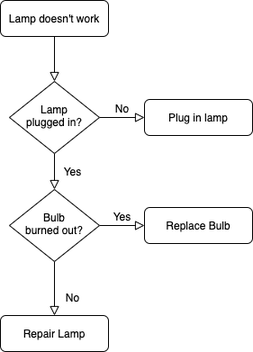
niuhb/album keeps this draw.io diagram as Untitled Diagram.png. Above is the earlier version. Source tidied: cells renumbered, new cells last; positions are measured from the earlier drawing's top-left corner, leaving out a move shared by most shapes.
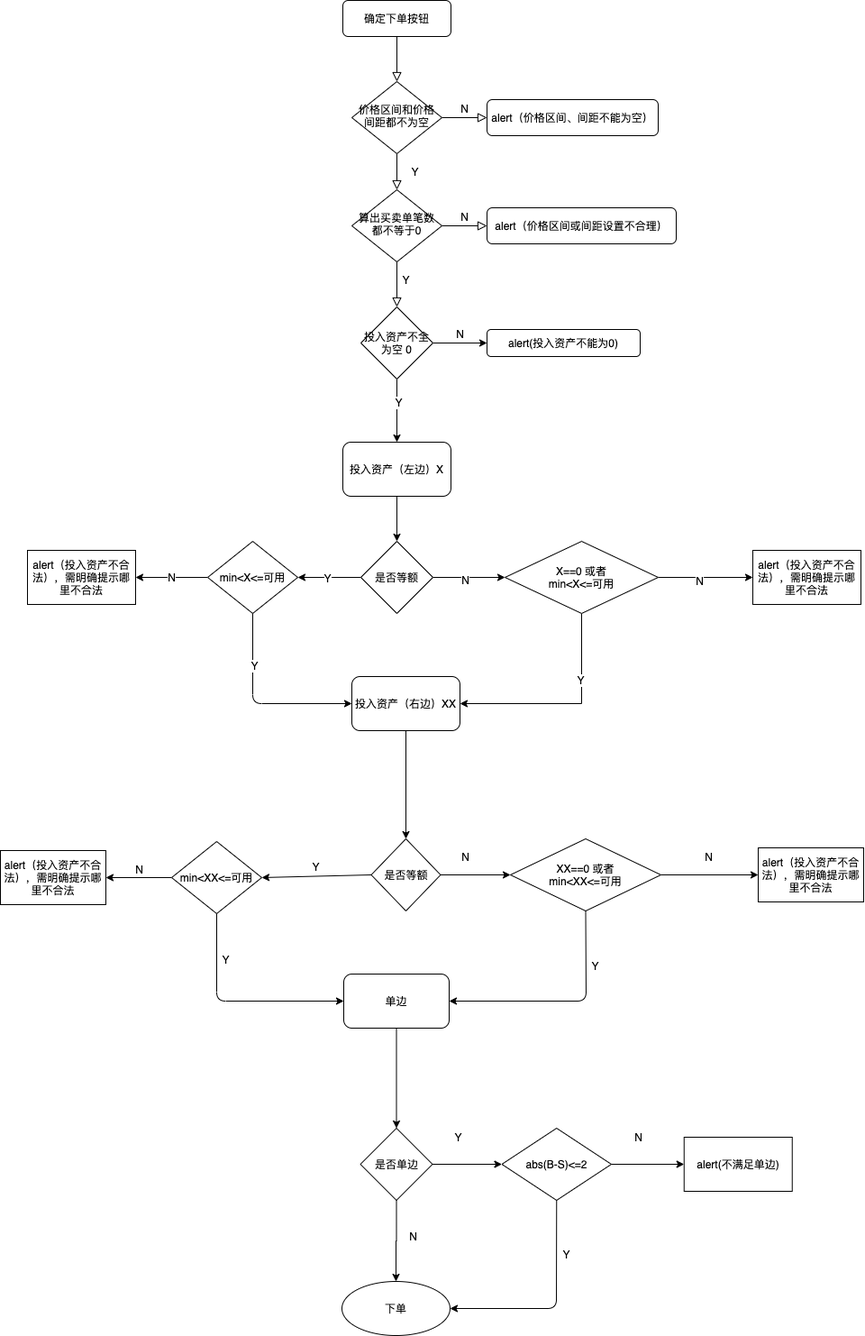
Later version of the same file.

The edit, as a diff of the source:
```diff
@@ -5,35 +5,237 @@
     <mxCell id="2" style="rounded=0;html=1;jettySize=auto;fontSize=11;endArrow=block;endFill=0;endSize=8;strokeWidth=1;shadow=0;labelBackgroundColor=none;edgeStyle=orthogonalEdgeStyle;" parent="1" edge="1" source="3" target="6">
       <mxGeometry relative="1" as="geometry" />
     </mxCell>
-    <mxCell id="3" value="Lamp doesn't work" style="rounded=1;whiteSpace=wrap;html=1;fontSize=12;glass=0;strokeWidth=1;shadow=0;" parent="1" vertex="1">
+    <mxCell id="3" value="确定下单按钮" style="rounded=1;whiteSpace=wrap;html=1;fontSize=12;glass=0;strokeWidth=1;shadow=0;" parent="1" vertex="1">
       <mxGeometry width="120" height="40" as="geometry" />
     </mxCell>
-    <mxCell id="4" value="Yes" style="rounded=0;html=1;jettySize=auto;fontSize=11;endArrow=block;endFill=0;endSize=8;strokeWidth=1;shadow=0;labelBackgroundColor=none;edgeStyle=orthogonalEdgeStyle;" parent="1" edge="1" source="6" target="10">
+    <mxCell id="4" value="Y" style="rounded=0;html=1;jettySize=auto;fontSize=11;endArrow=block;endFill=0;endSize=8;strokeWidth=1;shadow=0;labelBackgroundColor=none;edgeStyle=orthogonalEdgeStyle;" parent="1" edge="1" source="6" target="10">
       <mxGeometry y="20" relative="1" as="geometry" />
     </mxCell>
-    <mxCell id="5" value="No" style="edgeStyle=orthogonalEdgeStyle;rounded=0;html=1;jettySize=auto;fontSize=11;endArrow=block;endFill=0;endSize=8;strokeWidth=1;shadow=0;labelBackgroundColor=none;" parent="1" edge="1" source="6" target="7">
+    <mxCell id="5" value="N" style="edgeStyle=orthogonalEdgeStyle;rounded=0;html=1;jettySize=auto;fontSize=11;endArrow=block;endFill=0;endSize=8;strokeWidth=1;shadow=0;labelBackgroundColor=none;" parent="1" edge="1" source="6" target="7">
       <mxGeometry y="10" relative="1" as="geometry" />
     </mxCell>
-    <mxCell id="6" value="Lamp&lt;br&gt;plugged in?" style="rhombus;whiteSpace=wrap;html=1;shadow=0;fontFamily=Helvetica;fontSize=12;align=center;strokeWidth=1;spacing=6;spacingTop=-4;" parent="1" vertex="1">
+    <mxCell id="6" value="价格区间和价格间距都不为空" style="rhombus;whiteSpace=wrap;html=1;shadow=0;fontFamily=Helvetica;fontSize=12;align=center;strokeWidth=1;spacing=6;spacingTop=-4;" parent="1" vertex="1">
       <mxGeometry x="10" y="90" width="100" height="80" as="geometry" />
     </mxCell>
-    <mxCell id="7" value="Plug in lamp" style="rounded=1;whiteSpace=wrap;html=1;fontSize=12;glass=0;strokeWidth=1;shadow=0;" parent="1" vertex="1">
-      <mxGeometry x="160" y="110" width="120" height="40" as="geometry" />
+    <mxCell id="7" value="alert（价格区间、间距不能为空）" style="rounded=1;whiteSpace=wrap;html=1;fontSize=12;glass=0;strokeWidth=1;shadow=0;" parent="1" vertex="1">
+      <mxGeometry x="160" y="110" width="190" height="40" as="geometry" />
     </mxCell>
-    <mxCell id="8" value="No" style="rounded=0;html=1;jettySize=auto;fontSize=11;endArrow=block;endFill=0;endSize=8;strokeWidth=1;shadow=0;labelBackgroundColor=none;edgeStyle=orthogonalEdgeStyle;" parent="1" edge="1" source="10" target="11">
-      <mxGeometry x="0.33" y="20" relative="1" as="geometry" />
-    </mxCell>
-    <mxCell id="9" value="Yes" style="edgeStyle=orthogonalEdgeStyle;rounded=0;html=1;jettySize=auto;fontSize=11;endArrow=block;endFill=0;endSize=8;strokeWidth=1;shadow=0;labelBackgroundColor=none;" parent="1" edge="1" source="10" target="12">
+    <mxCell id="9" value="N" style="edgeStyle=orthogonalEdgeStyle;rounded=0;html=1;jettySize=auto;fontSize=11;endArrow=block;endFill=0;endSize=8;strokeWidth=1;shadow=0;labelBackgroundColor=none;" parent="1" edge="1" source="10" target="12">
       <mxGeometry y="10" relative="1" as="geometry" />
     </mxCell>
-    <mxCell id="10" value="Bulb&lt;br&gt;burned out?" style="rhombus;whiteSpace=wrap;html=1;shadow=0;fontFamily=Helvetica;fontSize=12;align=center;strokeWidth=1;spacing=6;spacingTop=-4;" parent="1" vertex="1">
+    <mxCell id="10" value="算出买卖单笔数都不等于0" style="rhombus;whiteSpace=wrap;html=1;shadow=0;fontFamily=Helvetica;fontSize=12;align=center;strokeWidth=1;spacing=6;spacingTop=-4;" parent="1" vertex="1">
       <mxGeometry x="10" y="210" width="100" height="80" as="geometry" />
     </mxCell>
-    <mxCell id="11" value="Repair Lamp" style="rounded=1;whiteSpace=wrap;html=1;fontSize=12;glass=0;strokeWidth=1;shadow=0;" parent="1" vertex="1">
-      <mxGeometry y="350" width="120" height="40" as="geometry" />
-    </mxCell>
-    <mxCell id="12" value="Replace Bulb" style="rounded=1;whiteSpace=wrap;html=1;fontSize=12;glass=0;strokeWidth=1;shadow=0;" parent="1" vertex="1">
-      <mxGeometry x="160" y="230" width="120" height="40" as="geometry" />
+    <mxCell id="12" value="alert（价格区间或间距设置不合理）" style="rounded=1;whiteSpace=wrap;html=1;fontSize=12;glass=0;strokeWidth=1;shadow=0;" parent="1" vertex="1">
+      <mxGeometry x="160" y="230" width="210" height="40" as="geometry" />
     </mxCell>
+    <mxCell id="13" style="edgeStyle=orthogonalEdgeStyle;rounded=0;jettySize=auto;html=1;" parent="1" edge="1" source="16">
+      <mxGeometry relative="1" as="geometry">
+        <mxPoint x="160" y="380" as="targetPoint" />
+      </mxGeometry>
+    </mxCell>
+    <mxCell id="14" style="edgeStyle=orthogonalEdgeStyle;rounded=0;jettySize=auto;html=1;" parent="1" edge="1" source="16" target="26">
+      <mxGeometry relative="1" as="geometry" />
+    </mxCell>
+    <mxCell id="15" value="Y" style="edgeLabel;html=1;align=center;verticalAlign=middle;" parent="14" vertex="1">
+      <mxGeometry x="-0.29" y="1" relative="1" as="geometry" />
+    </mxCell>
+    <mxCell id="16" value="投入资产不全为空 0" style="rhombus;whiteSpace=wrap;html=1;" parent="1" vertex="1">
+      <mxGeometry x="20" y="340" width="80" height="80" as="geometry" />
+    </mxCell>
+    <mxCell id="17" value="Y" style="rounded=0;html=1;jettySize=auto;fontSize=11;endArrow=block;endFill=0;endSize=8;strokeWidth=1;shadow=0;labelBackgroundColor=none;edgeStyle=orthogonalEdgeStyle;" parent="1" edge="1" source="10" target="16">
+      <mxGeometry x="-0.2" y="10" relative="1" as="geometry" />
+    </mxCell>
+    <mxCell id="18" value="alert(投入资产不能为0)" style="rounded=1;whiteSpace=wrap;html=1;" parent="1" vertex="1">
+      <mxGeometry x="160" y="365" width="170" height="30" as="geometry" />
+    </mxCell>
+    <mxCell id="19" style="edgeStyle=orthogonalEdgeStyle;rounded=0;jettySize=auto;html=1;" parent="1" edge="1" source="23" target="28">
+      <mxGeometry relative="1" as="geometry" />
+    </mxCell>
+    <mxCell id="20" value="Y" style="edgeLabel;html=1;align=center;verticalAlign=middle;" parent="19" vertex="1">
+      <mxGeometry x="0.07" relative="1" as="geometry">
+        <mxPoint x="-1" as="offset" />
+      </mxGeometry>
+    </mxCell>
+    <mxCell id="21" style="edgeStyle=orthogonalEdgeStyle;rounded=0;jettySize=auto;html=1;" parent="1" edge="1" source="23" target="33">
+      <mxGeometry relative="1" as="geometry" />
+    </mxCell>
+    <mxCell id="22" value="N" style="edgeLabel;html=1;align=center;verticalAlign=middle;" parent="21" vertex="1">
+      <mxGeometry x="-0.1" y="-2" relative="1" as="geometry">
+        <mxPoint x="-1" as="offset" />
+      </mxGeometry>
+    </mxCell>
+    <mxCell id="23" value="是否等额" style="rhombus;whiteSpace=wrap;html=1;" parent="1" vertex="1">
+      <mxGeometry x="20" y="600" width="80" height="80" as="geometry" />
+    </mxCell>
+    <mxCell id="24" value="N" style="text;html=1;align=center;verticalAlign=middle;" parent="1" vertex="1">
+      <mxGeometry x="120" y="360" width="20" height="20" as="geometry" />
+    </mxCell>
+    <mxCell id="25" style="edgeStyle=orthogonalEdgeStyle;rounded=0;jettySize=auto;html=1;" parent="1" edge="1" source="26" target="23">
+      <mxGeometry relative="1" as="geometry" />
+    </mxCell>
+    <mxCell id="26" value="投入资产（左边）X" style="rounded=1;whiteSpace=wrap;html=1;" parent="1" vertex="1">
+      <mxGeometry y="490" width="120" height="60" as="geometry" />
+    </mxCell>
+    <mxCell id="27" value="N" style="edgeStyle=orthogonalEdgeStyle;rounded=0;jettySize=auto;html=1;" parent="1" edge="1" source="28" target="35">
+      <mxGeometry relative="1" as="geometry" />
+    </mxCell>
+    <mxCell id="28" value="&lt;span&gt;min&amp;lt;X&amp;lt;=可用&lt;/span&gt;" style="rhombus;whiteSpace=wrap;html=1;" parent="1" vertex="1">
+      <mxGeometry x="-150" y="600" width="100" height="80" as="geometry" />
+    </mxCell>
+    <mxCell id="29" style="edgeStyle=orthogonalEdgeStyle;rounded=0;jettySize=auto;html=1;entryX=1;entryY=0.5;entryDx=0;entryDy=0;" parent="1" edge="1" source="33" target="36">
+      <mxGeometry relative="1" as="geometry">
+        <Array as="points">
+          <mxPoint x="265" y="780" />
+        </Array>
+      </mxGeometry>
+    </mxCell>
+    <mxCell id="30" value="Y" style="edgeLabel;html=1;align=center;verticalAlign=middle;" parent="29" vertex="1">
+      <mxGeometry x="-0.38" y="-2" relative="1" as="geometry" />
+    </mxCell>
+    <mxCell id="31" style="edgeStyle=orthogonalEdgeStyle;rounded=0;jettySize=auto;html=1;" parent="1" edge="1" source="33" target="34">
+      <mxGeometry relative="1" as="geometry" />
+    </mxCell>
+    <mxCell id="32" value="N" style="edgeLabel;html=1;align=center;verticalAlign=middle;" parent="31" vertex="1">
+      <mxGeometry x="-0.12" y="-3" relative="1" as="geometry">
+        <mxPoint x="-1" as="offset" />
+      </mxGeometry>
+    </mxCell>
+    <mxCell id="33" value="X==0 或者&lt;br&gt;min&amp;lt;X&amp;lt;=可用" style="rhombus;whiteSpace=wrap;html=1;" parent="1" vertex="1">
+      <mxGeometry x="180" y="600" width="170" height="80" as="geometry" />
+    </mxCell>
+    <mxCell id="34" value="alert（投入资产不合法），需明确提示哪里不合法" style="whiteSpace=wrap;html=1;" parent="1" vertex="1">
+      <mxGeometry x="455" y="610" width="120" height="60" as="geometry" />
+    </mxCell>
+    <mxCell id="35" value="alert（投入资产不合法），需明确提示哪里不合法" style="whiteSpace=wrap;html=1;" parent="1" vertex="1">
+      <mxGeometry x="-350" y="610" width="120" height="60" as="geometry" />
+    </mxCell>
+    <mxCell id="36" value="投入资产（右边）XX" style="rounded=1;whiteSpace=wrap;html=1;" parent="1" vertex="1">
+      <mxGeometry x="10" y="750" width="120" height="60" as="geometry" />
+    </mxCell>
+    <mxCell id="37" style="edgeStyle=orthogonalEdgeStyle;rounded=0;jettySize=auto;html=1;" parent="1" edge="1" source="38" target="42">
+      <mxGeometry relative="1" as="geometry" />
+    </mxCell>
+    <mxCell id="38" value="是否等额" style="rhombus;whiteSpace=wrap;html=1;" parent="1" vertex="1">
+      <mxGeometry x="31.5" y="930" width="77" height="80" as="geometry" />
+    </mxCell>
+    <mxCell id="39" style="edgeStyle=orthogonalEdgeStyle;rounded=0;jettySize=auto;html=1;" parent="1" edge="1" target="46">
+      <mxGeometry relative="1" as="geometry">
+        <mxPoint x="-190" y="973" as="sourcePoint" />
+      </mxGeometry>
+    </mxCell>
+    <mxCell id="40" value="&lt;span&gt;min&amp;lt;XX&amp;lt;=可用&lt;/span&gt;" style="rhombus;whiteSpace=wrap;html=1;" parent="1" vertex="1">
+      <mxGeometry x="-190" y="933" width="100" height="80" as="geometry" />
+    </mxCell>
+    <mxCell id="41" style="edgeStyle=orthogonalEdgeStyle;rounded=0;jettySize=auto;html=1;" parent="1" edge="1" source="42" target="44">
+      <mxGeometry relative="1" as="geometry" />
+    </mxCell>
+    <mxCell id="42" value="XX==0 或者&lt;br&gt;min&amp;lt;XX&amp;lt;=可用" style="rhombus;whiteSpace=wrap;html=1;" parent="1" vertex="1">
+      <mxGeometry x="186" y="930" width="167" height="80" as="geometry" />
+    </mxCell>
+    <mxCell id="43" value="N" style="text;html=1;align=center;verticalAlign=middle;" parent="1" vertex="1">
+      <mxGeometry x="126" y="940" width="20" height="20" as="geometry" />
+    </mxCell>
+    <mxCell id="44" value="alert（投入资产不合法），需明确提示哪里不合法" style="whiteSpace=wrap;html=1;" parent="1" vertex="1">
+      <mxGeometry x="461" y="940" width="117" height="60" as="geometry" />
+    </mxCell>
+    <mxCell id="45" value="N" style="text;html=1;align=center;verticalAlign=middle;" parent="1" vertex="1">
+      <mxGeometry x="396" y="940" width="20" height="20" as="geometry" />
+    </mxCell>
+    <mxCell id="46" value="alert（投入资产不合法），需明确提示哪里不合法" style="whiteSpace=wrap;html=1;" parent="1" vertex="1">
+      <mxGeometry x="-380" y="943" width="117" height="60" as="geometry" />
+    </mxCell>
+    <mxCell id="47" style="edgeStyle=orthogonalEdgeStyle;rounded=0;jettySize=auto;html=1;" parent="1" edge="1" source="48" target="52">
+      <mxGeometry relative="1" as="geometry" />
+    </mxCell>
+    <mxCell id="48" value="单边" style="rounded=1;whiteSpace=wrap;html=1;" parent="1" vertex="1">
+      <mxGeometry x="1" y="1080" width="117" height="60" as="geometry" />
+    </mxCell>
+    <mxCell id="49" value="N" style="text;html=1;align=center;verticalAlign=middle;" parent="1" vertex="1">
+      <mxGeometry x="-236" y="954" width="20" height="20" as="geometry" />
+    </mxCell>
+    <mxCell id="50" style="edgeStyle=orthogonalEdgeStyle;rounded=0;jettySize=auto;html=1;" parent="1" edge="1" source="52" target="53">
+      <mxGeometry relative="1" as="geometry" />
+    </mxCell>
+    <mxCell id="51" style="edgeStyle=orthogonalEdgeStyle;rounded=0;jettySize=auto;html=1;" parent="1" edge="1" source="52" target="56">
+      <mxGeometry relative="1" as="geometry" />
+    </mxCell>
+    <mxCell id="52" value="是否单边" style="rhombus;whiteSpace=wrap;html=1;" parent="1" vertex="1">
+      <mxGeometry x="19.5" y="1251" width="80" height="80" as="geometry" />
+    </mxCell>
+    <mxCell id="53" value="下单" style="ellipse;whiteSpace=wrap;html=1;fontFamily=Helvetica;fontSize=12;fontColor=#000000;align=center;strokeColor=#000000;fillColor=#ffffff;" parent="1" vertex="1">
+      <mxGeometry x="-1" y="1421" width="120" height="60" as="geometry" />
+    </mxCell>
+    <mxCell id="54" value="N" style="text;html=1;align=center;verticalAlign=middle;" parent="1" vertex="1">
+      <mxGeometry x="68" y="1361" width="20" height="20" as="geometry" />
+    </mxCell>
+    <mxCell id="55" style="edgeStyle=orthogonalEdgeStyle;rounded=0;jettySize=auto;html=1;" parent="1" edge="1" source="56" target="60">
+      <mxGeometry relative="1" as="geometry" />
+    </mxCell>
+    <mxCell id="56" value="abs(B-S)&amp;lt;=2" style="rhombus;whiteSpace=wrap;html=1;" parent="1" vertex="1">
+      <mxGeometry x="176.5" y="1251" width="121.5" height="80" as="geometry" />
+    </mxCell>
+    <mxCell id="57" value="Y" style="text;html=1;align=center;verticalAlign=middle;" parent="1" vertex="1">
+      <mxGeometry x="118" y="1251" width="20" height="20" as="geometry" />
+    </mxCell>
+    <mxCell id="58" style="endArrow=classic;html=1;exitX=0.5;exitY=1;exitDx=0;exitDy=0;entryX=1;entryY=0.5;entryDx=0;entryDy=0;" parent="1" edge="1" source="56" target="53">
+      <mxGeometry relative="1" as="geometry">
+        <Array as="points">
+          <mxPoint x="237" y="1451" />
+        </Array>
+      </mxGeometry>
+    </mxCell>
+    <mxCell id="59" value="Y" style="text;html=1;align=center;verticalAlign=middle;" parent="1" vertex="1">
+      <mxGeometry x="238" y="1381" width="20" height="20" as="geometry" />
+    </mxCell>
+    <mxCell id="60" value="alert(不满足单边)" style="whiteSpace=wrap;html=1;" parent="1" vertex="1">
+      <mxGeometry x="378.8" y="1261" width="120" height="60" as="geometry" />
+    </mxCell>
+    <mxCell id="61" value="N" style="text;html=1;align=center;verticalAlign=middle;" parent="1" vertex="1">
+      <mxGeometry x="318" y="1251" width="20" height="20" as="geometry" />
+    </mxCell>
+    <mxCell id="62" style="endArrow=classic;html=1;exitX=0;exitY=0.5;exitDx=0;exitDy=0;entryX=1;entryY=0.5;entryDx=0;entryDy=0;" parent="1" edge="1" source="38" target="40">
+      <mxGeometry relative="1" as="geometry" />
+    </mxCell>
+    <mxCell id="63" value="Y" style="text;html=1;align=center;verticalAlign=middle;" parent="1" vertex="1">
+      <mxGeometry x="-40" y="951" width="20" height="20" as="geometry" />
+    </mxCell>
+    <mxCell id="64" style="endArrow=classic;html=1;exitX=0.5;exitY=1;exitDx=0;exitDy=0;entryX=0;entryY=0.5;entryDx=0;entryDy=0;" parent="1" edge="1" source="40" target="48">
+      <mxGeometry relative="1" as="geometry">
+        <Array as="points">
+          <mxPoint x="-140" y="1110" />
+        </Array>
+      </mxGeometry>
+    </mxCell>
+    <mxCell id="65" value="Y" style="edgeLabel;html=1;align=center;verticalAlign=middle;" parent="64" vertex="1">
+      <mxGeometry x="-0.58" y="3" relative="1" as="geometry">
+        <mxPoint x="6" as="offset" />
+      </mxGeometry>
+    </mxCell>
+    <mxCell id="66" style="endArrow=classic;html=1;exitX=0.5;exitY=1;exitDx=0;exitDy=0;entryX=0;entryY=0.5;entryDx=0;entryDy=0;" parent="1" edge="1" source="28" target="36">
+      <mxGeometry relative="1" as="geometry">
+        <Array as="points">
+          <mxPoint x="-100" y="780" />
+        </Array>
+      </mxGeometry>
+    </mxCell>
+    <mxCell id="67" value="Y" style="edgeLabel;html=1;align=center;verticalAlign=middle;" parent="66" vertex="1">
+      <mxGeometry x="-0.46" y="1" relative="1" as="geometry" />
+    </mxCell>
+    <mxCell id="68" style="endArrow=classic;html=1;exitX=0.5;exitY=1;exitDx=0;exitDy=0;entryX=0.5;entryY=0;entryDx=0;entryDy=0;" parent="1" edge="1" source="36" target="38">
+      <mxGeometry relative="1" as="geometry" />
+    </mxCell>
+    <mxCell id="69" style="endArrow=classic;html=1;exitX=0.5;exitY=1;exitDx=0;exitDy=0;entryX=1;entryY=0.5;entryDx=0;entryDy=0;" parent="1" edge="1" source="42" target="48">
+      <mxGeometry relative="1" as="geometry">
+        <Array as="points">
+          <mxPoint x="270" y="1110" />
+        </Array>
+      </mxGeometry>
+    </mxCell>
+    <mxCell id="70" value="Y" style="edgeLabel;html=1;align=center;verticalAlign=middle;" parent="69" vertex="1">
+      <mxGeometry x="-0.52" y="3" relative="1" as="geometry">
+        <mxPoint x="6" as="offset" />
+      </mxGeometry>
+    </mxCell>
   </root>
 </mxGraphModel>
```
